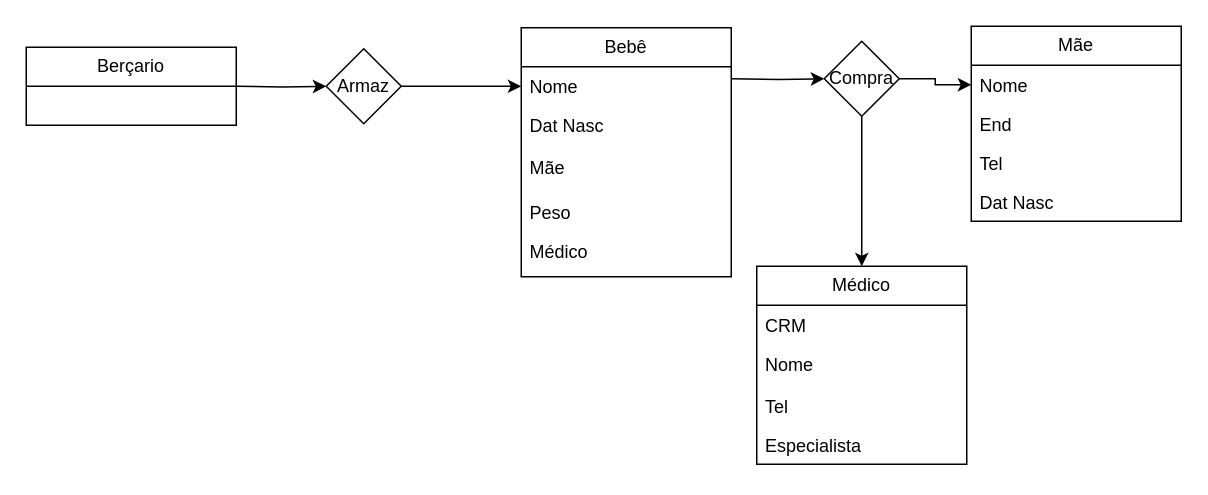
This is Berçario.drawio from 3GG11/Banco_de_Dados, a draw.io file, before an edit. Source tidied: cells renumbered, new cells numbered last; positions are measured from the earlier drawing's top-left corner, leaving out a move shared by most shapes. Both pictures are drawn from the tidied source at 150%, with x=0, y=0 at pixel (26, 26).
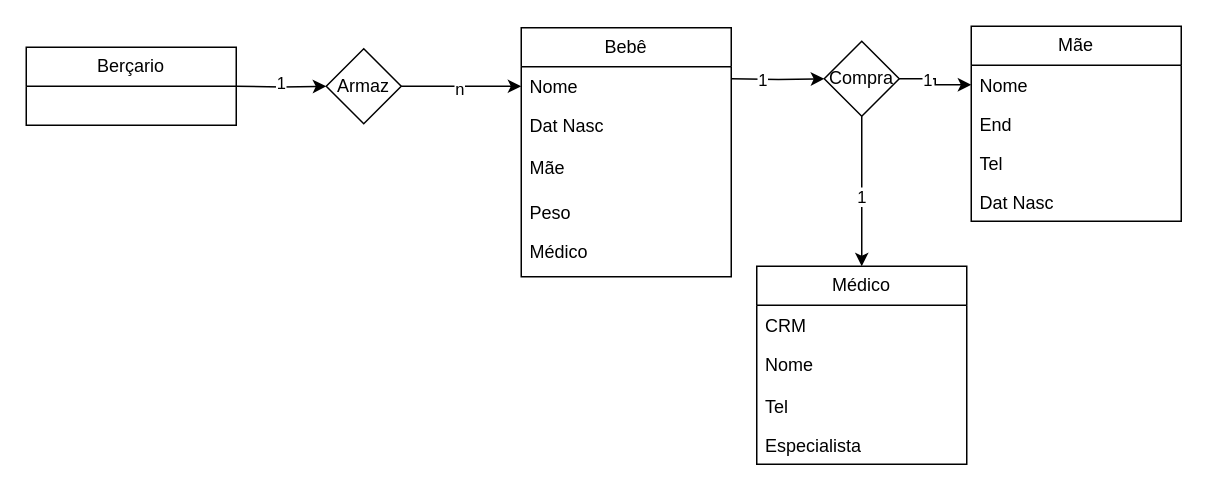
The same page after the edit.

Unchanged cells that the change refers to:
```xml
<mxCell id="2" style="edgeStyle=orthogonalEdgeStyle;rounded=0;jettySize=auto;html=1;exitX=1;exitY=0.5;exitDx=0;exitDy=0;entryX=0;entryY=0.5;entryDx=0;entryDy=0;" parent="1" edge="1" source="3">
  <mxGeometry relative="1" as="geometry">
    <mxPoint x="330" y="40" as="targetPoint" />
  </mxGeometry>
</mxCell>
<mxCell id="4" style="edgeStyle=orthogonalEdgeStyle;rounded=0;jettySize=auto;html=1;exitX=1;exitY=0.5;exitDx=0;exitDy=0;entryX=0;entryY=0.5;entryDx=0;entryDy=0;" parent="1" edge="1" target="3">
  <mxGeometry relative="1" as="geometry">
    <mxPoint x="140" y="40" as="sourcePoint" />
  </mxGeometry>
</mxCell>
<mxCell id="5" style="edgeStyle=orthogonalEdgeStyle;rounded=0;jettySize=auto;html=1;exitX=1;exitY=0.25;exitDx=0;exitDy=0;entryX=0;entryY=0.5;entryDx=0;entryDy=0;" parent="1" edge="1" target="8">
  <mxGeometry relative="1" as="geometry">
    <mxPoint x="470" y="35" as="sourcePoint" />
  </mxGeometry>
</mxCell>
<mxCell id="6" style="edgeStyle=orthogonalEdgeStyle;rounded=0;jettySize=auto;html=1;exitX=1;exitY=0.5;exitDx=0;exitDy=0;entryX=0;entryY=0.5;entryDx=0;entryDy=0;" parent="1" edge="1" source="8" target="10">
  <mxGeometry relative="1" as="geometry" />
</mxCell>
<mxCell id="7" style="edgeStyle=orthogonalEdgeStyle;rounded=0;jettySize=auto;html=1;exitX=0.5;exitY=1;exitDx=0;exitDy=0;entryX=0.5;entryY=0;entryDx=0;entryDy=0;" parent="1" edge="1" source="8" target="21">
  <mxGeometry relative="1" as="geometry" />
</mxCell>
```

Change to the diagram source:
```diff
@@
+    <mxCell id="26" value="n" style="edgeLabel;html=1;align=center;verticalAlign=middle;" parent="2" vertex="1">
+      <mxGeometry x="-0.06" y="-1" relative="1" as="geometry" />
+    </mxCell>
@@
+    <mxCell id="27" value="1" style="edgeLabel;html=1;align=center;verticalAlign=middle;" parent="4" vertex="1">
+      <mxGeometry x="0.02" y="3" relative="1" as="geometry">
+        <mxPoint x="-1" as="offset" />
+      </mxGeometry>
+    </mxCell>
@@
+    <mxCell id="28" value="1" style="edgeLabel;html=1;align=center;verticalAlign=middle;" parent="5" vertex="1">
+      <mxGeometry x="-0.33" relative="1" as="geometry" />
+    </mxCell>
@@
+    <mxCell id="29" value="1" style="edgeLabel;html=1;align=center;verticalAlign=middle;" parent="6" vertex="1">
+      <mxGeometry x="-0.31" relative="1" as="geometry" />
+    </mxCell>
@@
+    <mxCell id="30" value="1" style="edgeLabel;html=1;align=center;verticalAlign=middle;" parent="7" vertex="1">
+      <mxGeometry x="0.06" y="-1" relative="1" as="geometry" />
+    </mxCell>
```
